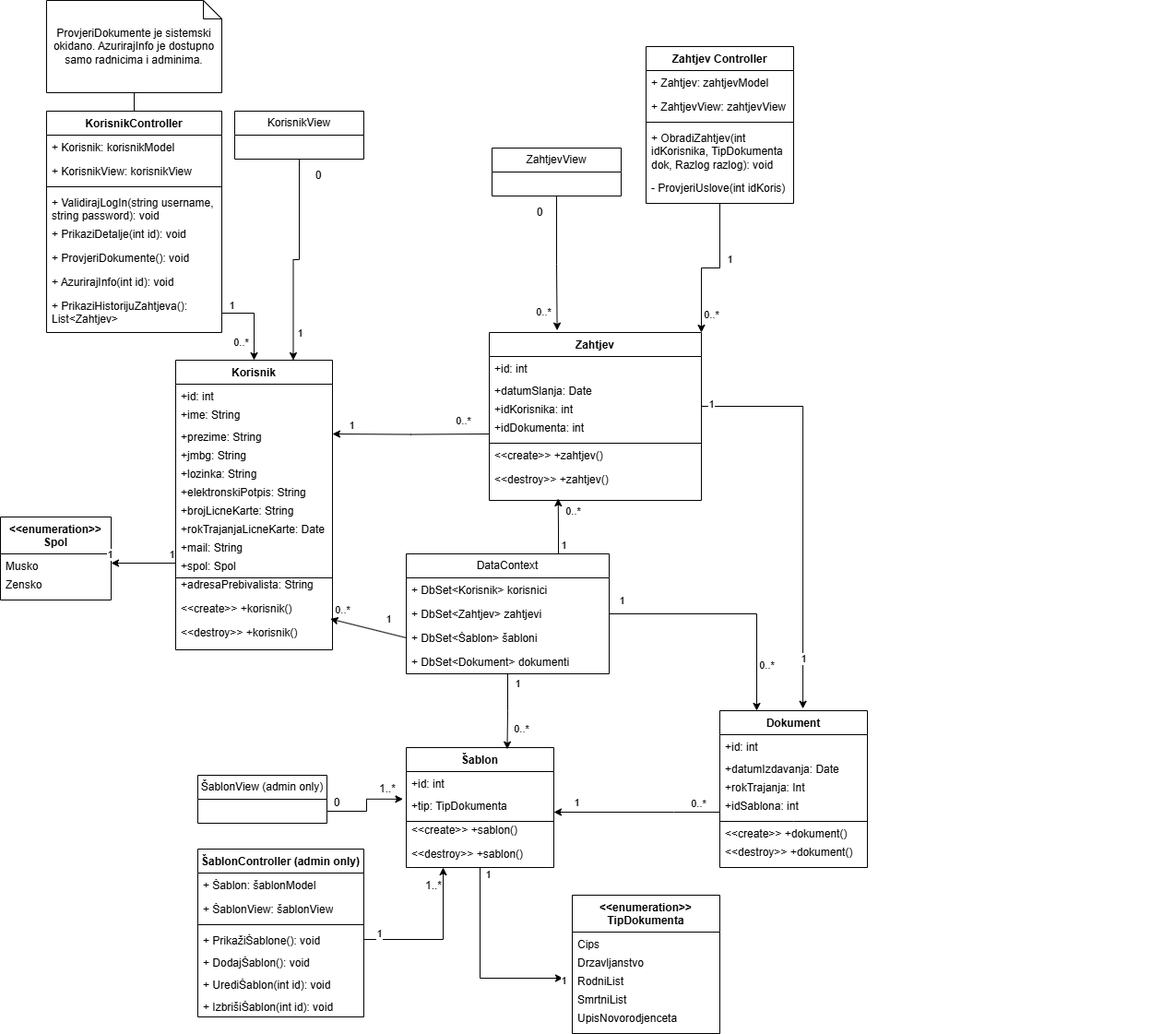
This is MVC Dijagram klasa.png from ooad-2024-2025/Grupa4-Tim4, a draw.io export, as it was before one commit. Source tidied: cells renumbered, new cells last; positions are measured from the earlier drawing's top-left corner, leaving out a move shared by most shapes.
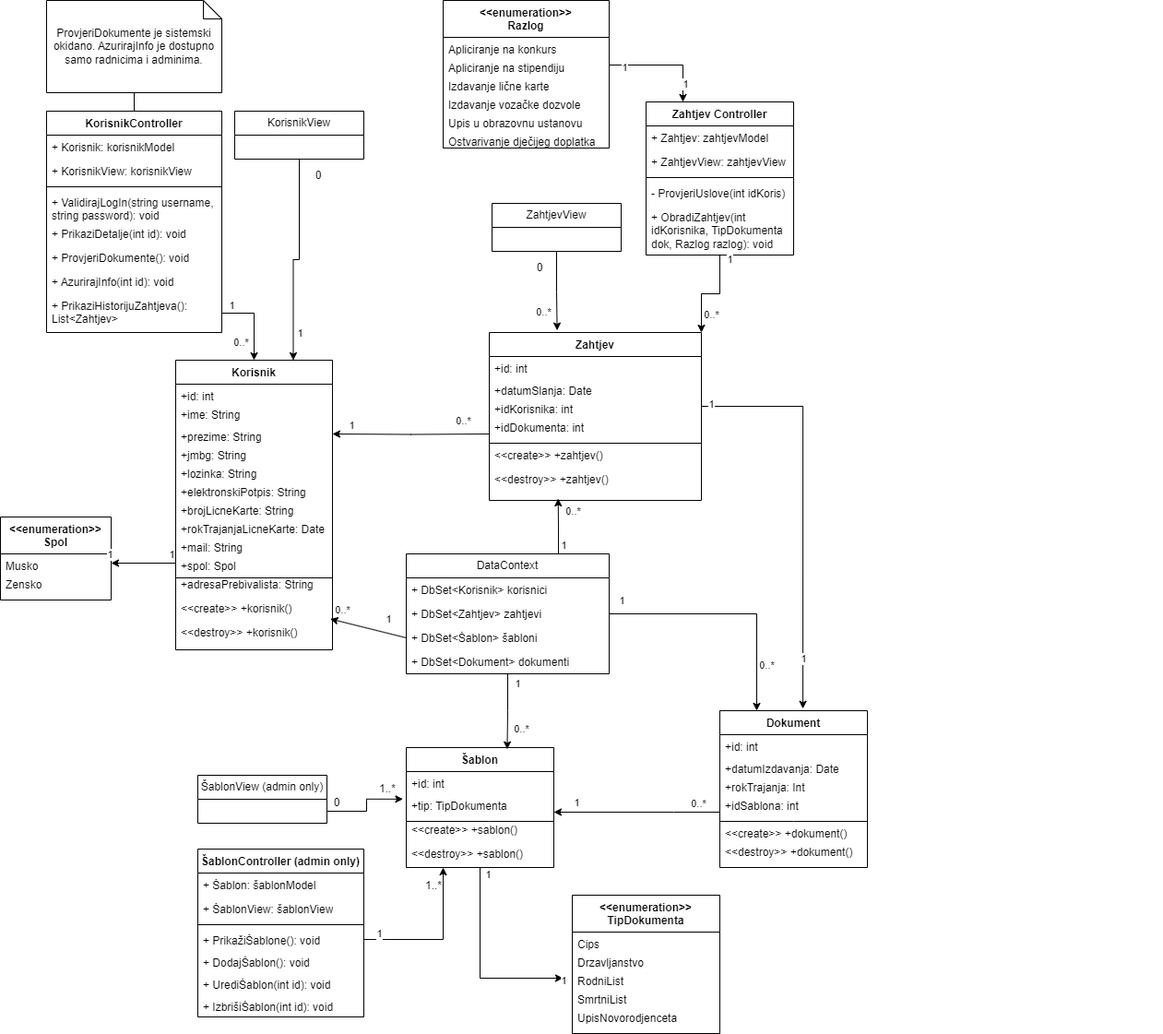
The same diagram one commit later.

Commit message:
Dijagram klasa zadnja verzija

What changed in the source:
```diff
@@ -265,7 +265,7 @@
       <mxGeometry y="26" width="140" height="26" as="geometry" />
     </mxCell>
     <mxCell id="72" value="ZahtjevView" style="swimlane;fontStyle=0;horizontal=1;startSize=26;fillColor=none;whiteSpace=wrap;html=1;" parent="1" vertex="1">
-      <mxGeometry x="533" y="160" width="140" height="52" as="geometry" />
+      <mxGeometry x="533" y="220" width="140" height="52" as="geometry" />
     </mxCell>
     <mxCell id="73" value="ŠablonView (admin only)" style="swimlane;fontStyle=0;horizontal=1;startSize=26;fillColor=none;whiteSpace=wrap;html=1;" parent="1" vertex="1">
       <mxGeometry x="214" y="840" width="140" height="52" as="geometry" />
@@ -277,7 +277,7 @@
       <mxGeometry relative="1" as="geometry" />
     </mxCell>
     <mxCell id="76" value="Zahtjev&amp;nbsp;&lt;span style=&quot;background-color: transparent; color: light-dark(rgb(0, 0, 0), rgb(255, 255, 255));&quot;&gt;Controller&lt;/span&gt;" style="swimlane;fontStyle=1;align=center;verticalAlign=top;horizontal=1;startSize=26;whiteSpace=wrap;html=1;" parent="1" vertex="1">
-      <mxGeometry x="700" y="50" width="160" height="170" as="geometry" />
+      <mxGeometry x="700" y="110" width="160" height="166" as="geometry" />
     </mxCell>
     <mxCell id="77" value="+ Zahtjev: zahtjevModel" style="text;strokeColor=none;fillColor=none;align=left;verticalAlign=top;spacingLeft=4;spacingRight=4;overflow=hidden;whiteSpace=wrap;html=1;" parent="76" vertex="1">
       <mxGeometry y="26" width="160" height="26" as="geometry" />
@@ -288,12 +288,12 @@
     <mxCell id="79" style="line;strokeWidth=1;fillColor=none;align=left;verticalAlign=middle;spacingTop=-1;spacingLeft=3;spacingRight=3;labelPosition=right;strokeColor=inherit;" parent="76" vertex="1">
       <mxGeometry y="78" width="160" height="8" as="geometry" />
     </mxCell>
+    <mxCell id="81" value="- ProvjeriUslove(int idKoris)" style="text;strokeColor=none;fillColor=none;align=left;verticalAlign=top;spacingLeft=4;spacingRight=4;overflow=hidden;whiteSpace=wrap;html=1;" parent="76" vertex="1">
+      <mxGeometry y="86" width="160" height="26" as="geometry" />
+    </mxCell>
     <mxCell id="80" value="+ ObradiZahtjev(int idKorisnika, TipDokumenta dok, Razlog razlog): void" style="text;strokeColor=none;fillColor=none;align=left;verticalAlign=top;spacingLeft=4;spacingRight=4;overflow=hidden;whiteSpace=wrap;html=1;" parent="76" vertex="1">
-      <mxGeometry y="86" width="160" height="54" as="geometry" />
+      <mxGeometry y="112" width="160" height="54" as="geometry" />
     </mxCell>
-    <mxCell id="81" value="- ProvjeriUslove(int idKoris)" style="text;strokeColor=none;fillColor=none;align=left;verticalAlign=top;spacingLeft=4;spacingRight=4;overflow=hidden;whiteSpace=wrap;html=1;" parent="76" vertex="1">
-      <mxGeometry y="140" width="160" height="30" as="geometry" />
-    </mxCell>
     <mxCell id="82" value="Šablon&lt;span style=&quot;background-color: transparent; color: light-dark(rgb(0, 0, 0), rgb(255, 255, 255));&quot;&gt;Controller (admin only)&lt;/span&gt;" style="swimlane;fontStyle=1;align=center;verticalAlign=top;horizontal=1;startSize=26;whiteSpace=wrap;html=1;" parent="1" vertex="1">
       <mxGeometry x="214" y="920" width="180" height="182" as="geometry" />
     </mxCell>
@@ -428,7 +428,7 @@
       <mxGeometry relative="1" as="geometry" />
     </mxCell>
     <mxCell id="123" value="0" style="text;html=1;align=center;verticalAlign=middle;whiteSpace=wrap;rounded=0;" parent="1" vertex="1">
-      <mxGeometry x="580" y="220" width="10" height="20" as="geometry" />
+      <mxGeometry x="580" y="280" width="10" height="20" as="geometry" />
     </mxCell>
     <mxCell id="124" value="0..*" style="edgeLabel;html=1;align=center;verticalAlign=middle;" parent="1" vertex="1">
       <mxGeometry x="570" y="330" as="geometry">
@@ -444,5 +444,35 @@
     <mxCell id="127" value="1..*" style="text;html=1;align=center;verticalAlign=middle;whiteSpace=wrap;rounded=0;" parent="1" vertex="1">
       <mxGeometry x="410" y="845" width="20" height="20" as="geometry" />
     </mxCell>
+    <mxCell id="128" value="&lt;&lt;enumeration&gt;&gt;&#10;Razlog" style="swimlane;fontStyle=1;align=center;verticalAlign=top;horizontal=1;startSize=40;rounded=0;shadow=0;strokeWidth=1;" parent="1" vertex="1">
+      <mxGeometry x="480" width="180" height="160" as="geometry" />
+    </mxCell>
+    <mxCell id="129" value="Apliciranje na konkurs" style="text;align=left;verticalAlign=top;spacingLeft=4;spacingRight=4;overflow=hidden;spacing=2;" parent="128" vertex="1">
+      <mxGeometry y="40" width="180" height="20" as="geometry" />
+    </mxCell>
+    <mxCell id="130" value="Apliciranje na stipendiju" style="text;align=left;verticalAlign=top;spacingLeft=4;spacingRight=4;overflow=hidden;points=[[0,0.5],[1,0.5]];portConstraint=eastwest;spacing=2;" parent="128" vertex="1">
+      <mxGeometry y="60" width="180" height="20" as="geometry" />
+    </mxCell>
+    <mxCell id="131" value="Izdavanje lične karte" style="text;align=left;verticalAlign=top;spacingLeft=4;spacingRight=4;overflow=hidden;spacing=2;" parent="128" vertex="1">
+      <mxGeometry y="80" width="180" height="20" as="geometry" />
+    </mxCell>
+    <mxCell id="132" value="Izdavanje vozačke dozvole" style="text;align=left;verticalAlign=top;spacingLeft=4;spacingRight=4;overflow=hidden;spacing=2;" parent="128" vertex="1">
+      <mxGeometry y="100" width="180" height="20" as="geometry" />
+    </mxCell>
+    <mxCell id="133" value="Upis u obrazovnu ustanovu" style="text;align=left;verticalAlign=top;spacingLeft=4;spacingRight=4;overflow=hidden;spacing=2;" parent="128" vertex="1">
+      <mxGeometry y="120" width="180" height="20" as="geometry" />
+    </mxCell>
+    <mxCell id="134" value="Ostvarivanje dječijeg doplatka" style="text;align=left;verticalAlign=top;spacingLeft=4;spacingRight=4;overflow=hidden;spacing=2;" parent="128" vertex="1">
+      <mxGeometry y="140" width="180" height="20" as="geometry" />
+    </mxCell>
+    <mxCell id="135" style="edgeStyle=orthogonalEdgeStyle;rounded=0;jettySize=auto;html=1;exitX=1;exitY=0.5;exitDx=0;exitDy=0;entryX=0.25;entryY=0;entryDx=0;entryDy=0;" parent="1" edge="1" source="130" target="76">
+      <mxGeometry relative="1" as="geometry" />
+    </mxCell>
+    <mxCell id="136" value="1" style="edgeLabel;html=1;align=center;verticalAlign=middle;" parent="135" vertex="1">
+      <mxGeometry x="-0.73" y="-2" relative="1" as="geometry" />
+    </mxCell>
+    <mxCell id="137" value="1" style="edgeLabel;html=1;align=center;verticalAlign=middle;" parent="135" vertex="1">
+      <mxGeometry x="0.66" y="2" relative="1" as="geometry" />
+    </mxCell>
   </root>
 </mxGraphModel>
```
